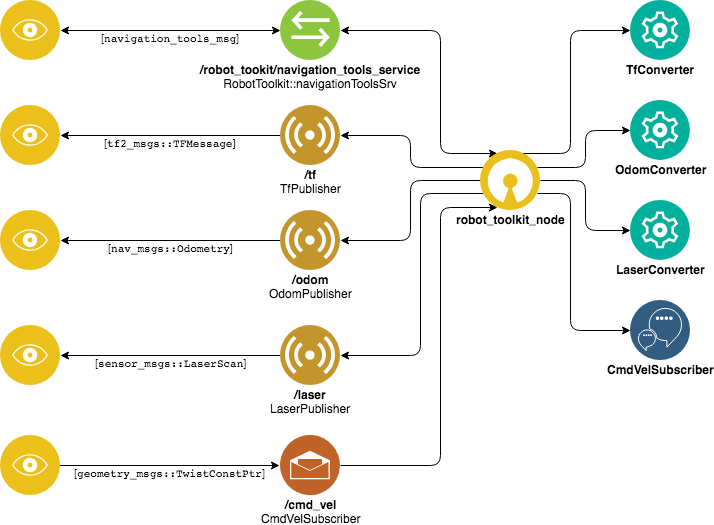
Before: wiki/images/navigation_tools/navigation_tools_diagram.png, a diagram exported from draw.io (NicolasRochaPacheco/robot_toolkit). Source tidied: cells renumbered, new cells last; positions are measured from the earlier drawing's top-left corner, leaving out a move shared by most shapes. Source of this version:
```xml
<mxGraphModel>
  <root>
    <mxCell id="0" />
    <mxCell id="1" parent="0" />
    <mxCell id="2" style="edgeStyle=orthogonalEdgeStyle;jettySize=auto;html=1;exitX=1;exitY=0.25;exitDx=0;exitDy=0;entryX=0;entryY=0.5;entryDx=0;entryDy=0;fontColor=#000000;rounded=1;spacingTop=-5;" parent="1" edge="1" source="9" target="18">
      <mxGeometry relative="1" as="geometry" />
    </mxCell>
    <mxCell id="3" style="edgeStyle=orthogonalEdgeStyle;rounded=1;jettySize=auto;html=1;exitX=1;exitY=0.5;exitDx=0;exitDy=0;entryX=0;entryY=0.5;entryDx=0;entryDy=0;fontColor=#000000;spacingTop=-5;" parent="1" edge="1" source="9" target="19">
      <mxGeometry relative="1" as="geometry" />
    </mxCell>
    <mxCell id="4" style="edgeStyle=orthogonalEdgeStyle;rounded=1;jettySize=auto;html=1;exitX=1;exitY=0.75;exitDx=0;exitDy=0;entryX=0;entryY=0.5;entryDx=0;entryDy=0;fontColor=#000000;spacingTop=-5;" parent="1" edge="1" source="9" target="20">
      <mxGeometry relative="1" as="geometry">
        <Array as="points">
          <mxPoint x="570" y="193" />
          <mxPoint x="570" y="330" />
        </Array>
      </mxGeometry>
    </mxCell>
    <mxCell id="5" style="edgeStyle=orthogonalEdgeStyle;rounded=1;jettySize=auto;html=1;exitX=0.25;exitY=0;exitDx=0;exitDy=0;entryX=1;entryY=0.5;entryDx=0;entryDy=0;fontColor=#000000;startArrow=classic;startFill=1;spacingTop=-5;" parent="1" edge="1" source="9" target="13">
      <mxGeometry relative="1" as="geometry">
        <Array as="points">
          <mxPoint x="440" y="153" />
          <mxPoint x="440" y="30" />
        </Array>
      </mxGeometry>
    </mxCell>
    <mxCell id="6" style="edgeStyle=orthogonalEdgeStyle;rounded=1;jettySize=auto;html=1;exitX=0;exitY=0.25;exitDx=0;exitDy=0;entryX=1;entryY=0.5;entryDx=0;entryDy=0;startArrow=none;startFill=0;endArrow=classic;endFill=1;fontColor=#000000;spacingTop=-5;" parent="1" edge="1" source="9" target="11">
      <mxGeometry relative="1" as="geometry" />
    </mxCell>
    <mxCell id="7" style="edgeStyle=orthogonalEdgeStyle;rounded=1;jettySize=auto;html=1;exitX=0;exitY=0.5;exitDx=0;exitDy=0;entryX=1;entryY=0.5;entryDx=0;entryDy=0;startArrow=none;startFill=0;endArrow=classic;endFill=1;fontColor=#000000;spacingTop=-5;" parent="1" edge="1" source="9" target="25">
      <mxGeometry relative="1" as="geometry" />
    </mxCell>
    <mxCell id="8" style="edgeStyle=orthogonalEdgeStyle;rounded=1;jettySize=auto;html=1;exitX=0;exitY=0.75;exitDx=0;exitDy=0;entryX=1;entryY=0.5;entryDx=0;entryDy=0;startArrow=none;startFill=0;endArrow=classic;endFill=1;fontColor=#000000;spacingTop=-5;" parent="1" edge="1" source="9" target="28">
      <mxGeometry relative="1" as="geometry">
        <Array as="points">
          <mxPoint x="420" y="193" />
          <mxPoint x="420" y="355" />
        </Array>
      </mxGeometry>
    </mxCell>
    <mxCell id="9" value="robot_toolkit_node" style="perimeter=ellipsePerimeter;html=1;align=center;shadow=0;dashed=0;fontColor=#000000;labelBackgroundColor=#ffffff;fontSize=12;spacingTop=-5;image;image=img/lib/ibm/applications/open_source_tools.svg;fontStyle=1;" parent="1" vertex="1">
      <mxGeometry x="480" y="150" width="60" height="60" as="geometry" />
    </mxCell>
    <mxCell id="10" value="[&lt;code&gt;&lt;span&gt;tf2_msgs&lt;/span&gt;&lt;span&gt;::&lt;/span&gt;&lt;span&gt;TFMessage&lt;/span&gt;&lt;/code&gt;]" style="edgeStyle=orthogonalEdgeStyle;rounded=1;jettySize=auto;html=1;exitX=0;exitY=0.5;exitDx=0;exitDy=0;entryX=1;entryY=0.5;entryDx=0;entryDy=0;startArrow=none;startFill=0;endArrow=classic;endFill=1;fontColor=#000000;verticalAlign=top;horizontal=1;spacingTop=-5;" parent="1" edge="1" source="11" target="23">
      <mxGeometry relative="1" as="geometry" />
    </mxCell>
    <mxCell id="11" value="/tf&lt;br&gt;&lt;span style=&quot;font-weight: normal&quot;&gt;TfPublisher&lt;/span&gt;&lt;br&gt;" style="perimeter=ellipsePerimeter;html=1;align=center;shadow=0;dashed=0;fontColor=#000000;labelBackgroundColor=#ffffff;fontSize=12;spacingTop=-5;image;image=img/lib/ibm/users/sensor.svg;fontStyle=1;verticalAlign=top;horizontal=1;" parent="1" vertex="1">
      <mxGeometry x="280" y="105" width="60" height="60" as="geometry" />
    </mxCell>
    <mxCell id="12" style="edgeStyle=orthogonalEdgeStyle;rounded=1;jettySize=auto;html=1;exitX=0;exitY=0.5;exitDx=0;exitDy=0;entryX=1;entryY=0.5;entryDx=0;entryDy=0;fontColor=#000000;strokeColor=none;startArrow=classic;startFill=1;verticalAlign=top;horizontal=1;spacingTop=-5;" parent="1" edge="1" source="13" target="22">
      <mxGeometry relative="1" as="geometry" />
    </mxCell>
    <mxCell id="13" value="/robot_tookit/navigation_tools_service&lt;br&gt;&lt;span style=&quot;font-weight: normal&quot;&gt;RobotToolkit::navigationToolsSrv&lt;/span&gt;&lt;br&gt;" style="perimeter=ellipsePerimeter;html=1;align=center;shadow=0;dashed=0;fontColor=#000000;labelBackgroundColor=#ffffff;fontSize=12;spacingTop=-5;image;image=img/lib/ibm/vpc/Bridge.svg;fontStyle=1;verticalAlign=top;horizontal=1;" parent="1" vertex="1">
      <mxGeometry x="280" width="60" height="60" as="geometry" />
    </mxCell>
    <mxCell id="14" value="TfConverter&lt;br&gt;" style="perimeter=ellipsePerimeter;html=1;align=center;shadow=0;dashed=0;fontColor=#000000;labelBackgroundColor=#ffffff;fontSize=12;spacingTop=-5;image;image=img/lib/ibm/management/management.svg;fontStyle=1;" parent="1" vertex="1">
      <mxGeometry x="630" width="60" height="60" as="geometry" />
    </mxCell>
    <mxCell id="15" style="edgeStyle=orthogonalEdgeStyle;rounded=1;jettySize=auto;html=1;exitX=1;exitY=0.5;exitDx=0;exitDy=0;entryX=0.25;entryY=1;entryDx=0;entryDy=0;startArrow=none;startFill=0;endArrow=classic;endFill=1;fontColor=#000000;spacingTop=-5;" parent="1" edge="1" source="16" target="9">
      <mxGeometry relative="1" as="geometry">
        <Array as="points">
          <mxPoint x="440" y="465" />
          <mxPoint x="440" y="207" />
        </Array>
      </mxGeometry>
    </mxCell>
    <mxCell id="16" value="/cmd_vel&lt;br&gt;&lt;span style=&quot;font-weight: normal&quot;&gt;CmdVelSubscriber&lt;/span&gt;&lt;br&gt;" style="perimeter=ellipsePerimeter;html=1;align=center;shadow=0;dashed=0;fontColor=#000000;labelBackgroundColor=#ffffff;fontSize=12;spacingTop=-5;image;image=img/lib/ibm/social/messaging.svg;fontStyle=1;verticalAlign=top;horizontal=1;" parent="1" vertex="1">
      <mxGeometry x="280" y="435" width="60" height="60" as="geometry" />
    </mxCell>
    <mxCell id="17" style="edgeStyle=elbowEdgeStyle;elbow=horizontal;endArrow=classic;html=1;fontColor=#000000;exitX=0.75;exitY=0;exitDx=0;exitDy=0;entryX=0;entryY=0.5;entryDx=0;entryDy=0;spacingTop=-5;" parent="1" edge="1" source="9" target="14">
      <mxGeometry relative="1" as="geometry">
        <Array as="points">
          <mxPoint x="570" y="85" />
        </Array>
      </mxGeometry>
    </mxCell>
    <mxCell id="18" value="OdomConverter" style="perimeter=ellipsePerimeter;html=1;align=center;shadow=0;dashed=0;fontColor=#000000;labelBackgroundColor=#ffffff;fontSize=12;spacingTop=-5;image;image=img/lib/ibm/management/management.svg;fontStyle=1;" parent="1" vertex="1">
      <mxGeometry x="630" y="100" width="60" height="60" as="geometry" />
    </mxCell>
    <mxCell id="19" value="LaserConverter" style="perimeter=ellipsePerimeter;html=1;align=center;shadow=0;dashed=0;fontColor=#000000;labelBackgroundColor=#ffffff;fontSize=12;spacingTop=-5;image;image=img/lib/ibm/management/management.svg;fontStyle=1;" parent="1" vertex="1">
      <mxGeometry x="630" y="200" width="60" height="60" as="geometry" />
    </mxCell>
    <mxCell id="20" value="CmdVelSubscriber&lt;br&gt;" style="perimeter=ellipsePerimeter;html=1;align=center;shadow=0;dashed=0;fontColor=#000000;labelBackgroundColor=#ffffff;fontSize=12;spacingTop=-5;image;image=img/lib/ibm/data/conversation_trained_deployed.svg;fontStyle=1;" parent="1" vertex="1">
      <mxGeometry x="630" y="300" width="60" height="60" as="geometry" />
    </mxCell>
    <mxCell id="21" value="[&lt;code&gt;navigation_tools_msg&lt;/code&gt;]" style="edgeStyle=orthogonalEdgeStyle;rounded=1;jettySize=auto;html=1;exitX=1;exitY=0.5;exitDx=0;exitDy=0;entryX=0;entryY=0.5;entryDx=0;entryDy=0;startArrow=classic;startFill=1;fontColor=#000000;verticalAlign=top;horizontal=1;spacingTop=-5;" parent="1" edge="1" source="22" target="13">
      <mxGeometry relative="1" as="geometry" />
    </mxCell>
    <mxCell id="22" style="perimeter=ellipsePerimeter;html=1;align=center;shadow=0;dashed=0;fontColor=#4277BB;labelBackgroundColor=#ffffff;fontSize=12;spacingTop=-5;image;image=img/lib/ibm/applications/visualization.svg;verticalAlign=top;horizontal=1;" parent="1" vertex="1">
      <mxGeometry width="60" height="60" as="geometry" />
    </mxCell>
    <mxCell id="23" style="perimeter=ellipsePerimeter;html=1;align=center;shadow=0;dashed=0;fontColor=#4277BB;labelBackgroundColor=#ffffff;fontSize=12;spacingTop=-5;image;image=img/lib/ibm/applications/visualization.svg;verticalAlign=top;horizontal=1;" parent="1" vertex="1">
      <mxGeometry y="105" width="60" height="60" as="geometry" />
    </mxCell>
    <mxCell id="24" value="[&lt;code&gt;&lt;span&gt;nav_msgs&lt;/span&gt;&lt;span&gt;::&lt;/span&gt;&lt;span&gt;Odometry&lt;/span&gt;&lt;/code&gt;]" style="edgeStyle=orthogonalEdgeStyle;rounded=1;jettySize=auto;html=1;exitX=0;exitY=0.5;exitDx=0;exitDy=0;entryX=1;entryY=0.5;entryDx=0;entryDy=0;startArrow=none;startFill=0;endArrow=classic;endFill=1;fontColor=#000000;verticalAlign=top;horizontal=1;spacingTop=-5;" parent="1" edge="1" source="25" target="26">
      <mxGeometry relative="1" as="geometry" />
    </mxCell>
    <mxCell id="25" value="/odom&lt;br&gt;&lt;span style=&quot;font-weight: normal&quot;&gt;OdomPublisher&lt;/span&gt;&lt;br&gt;" style="perimeter=ellipsePerimeter;html=1;align=center;shadow=0;dashed=0;fontColor=#000000;labelBackgroundColor=#ffffff;fontSize=12;spacingTop=-5;image;image=img/lib/ibm/users/sensor.svg;fontStyle=1;verticalAlign=top;horizontal=1;" parent="1" vertex="1">
      <mxGeometry x="280" y="210" width="60" height="60" as="geometry" />
    </mxCell>
    <mxCell id="26" style="perimeter=ellipsePerimeter;html=1;align=center;shadow=0;dashed=0;fontColor=#4277BB;labelBackgroundColor=#ffffff;fontSize=12;spacingTop=-5;image;image=img/lib/ibm/applications/visualization.svg;verticalAlign=top;horizontal=1;" parent="1" vertex="1">
      <mxGeometry y="210" width="60" height="60" as="geometry" />
    </mxCell>
    <mxCell id="27" value="[&lt;code&gt;&lt;span&gt;sensor_msgs&lt;/span&gt;&lt;span&gt;::&lt;/span&gt;&lt;span&gt;LaserScan&lt;/span&gt;&lt;/code&gt;]" style="edgeStyle=orthogonalEdgeStyle;rounded=1;jettySize=auto;html=1;exitX=0;exitY=0.5;exitDx=0;exitDy=0;entryX=1;entryY=0.5;entryDx=0;entryDy=0;startArrow=none;startFill=0;endArrow=classic;endFill=1;fontColor=#000000;verticalAlign=top;horizontal=1;spacingTop=-5;" parent="1" edge="1" source="28" target="29">
      <mxGeometry relative="1" as="geometry" />
    </mxCell>
    <mxCell id="28" value="/laser&lt;br&gt;&lt;span style=&quot;font-weight: normal&quot;&gt;LaserPublisher&lt;/span&gt;&lt;br&gt;" style="perimeter=ellipsePerimeter;html=1;align=center;shadow=0;dashed=0;fontColor=#000000;labelBackgroundColor=#ffffff;fontSize=12;spacingTop=-5;image;image=img/lib/ibm/users/sensor.svg;fontStyle=1;verticalAlign=top;horizontal=1;" parent="1" vertex="1">
      <mxGeometry x="280" y="325" width="60" height="60" as="geometry" />
    </mxCell>
    <mxCell id="29" style="perimeter=ellipsePerimeter;html=1;align=center;shadow=0;dashed=0;fontColor=#4277BB;labelBackgroundColor=#ffffff;fontSize=12;spacingTop=-5;image;image=img/lib/ibm/applications/visualization.svg;verticalAlign=top;horizontal=1;" parent="1" vertex="1">
      <mxGeometry y="325" width="60" height="60" as="geometry" />
    </mxCell>
    <mxCell id="30" value="[&lt;code&gt;&lt;span&gt;geometry_msgs&lt;/span&gt;&lt;span&gt;::&lt;/span&gt;&lt;span&gt;TwistConstPtr&lt;/span&gt;&lt;/code&gt;]" style="edgeStyle=orthogonalEdgeStyle;rounded=1;orthogonalLoop=1;jettySize=auto;html=1;exitX=1;exitY=0.5;exitDx=0;exitDy=0;startArrow=none;startFill=0;endArrow=classic;endFill=1;fontColor=#000000;verticalAlign=top;horizontal=1;spacingTop=-5;" parent="1" edge="1">
      <mxGeometry relative="1" as="geometry">
        <mxPoint x="59" y="465" as="sourcePoint" />
        <mxPoint x="279" y="465" as="targetPoint" />
      </mxGeometry>
    </mxCell>
    <mxCell id="31" style="perimeter=ellipsePerimeter;html=1;align=center;shadow=0;dashed=0;fontColor=#4277BB;labelBackgroundColor=#ffffff;fontSize=12;spacingTop=-5;image;image=img/lib/ibm/applications/visualization.svg;verticalAlign=top;horizontal=1;" parent="1" vertex="1">
      <mxGeometry y="435" width="60" height="60" as="geometry" />
    </mxCell>
  </root>
</mxGraphModel>
```
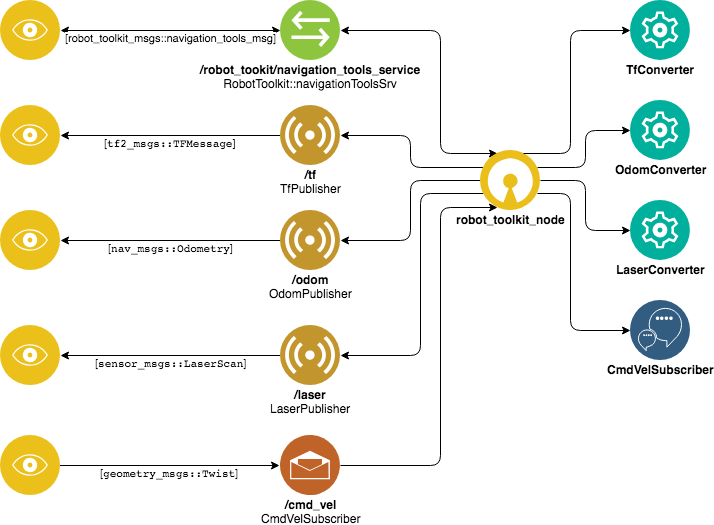
The same diagram one commit later.

The edit, as a diff of the source:
```diff
@@ -83,7 +83,7 @@
     <mxCell id="20" value="CmdVelSubscriber&lt;br&gt;" style="perimeter=ellipsePerimeter;html=1;align=center;shadow=0;dashed=0;fontColor=#000000;labelBackgroundColor=#ffffff;fontSize=12;spacingTop=-5;image;image=img/lib/ibm/data/conversation_trained_deployed.svg;fontStyle=1;" parent="1" vertex="1">
       <mxGeometry x="630" y="300" width="60" height="60" as="geometry" />
     </mxCell>
-    <mxCell id="21" value="[&lt;code&gt;navigation_tools_msg&lt;/code&gt;]" style="edgeStyle=orthogonalEdgeStyle;rounded=1;jettySize=auto;html=1;exitX=1;exitY=0.5;exitDx=0;exitDy=0;entryX=0;entryY=0.5;entryDx=0;entryDy=0;startArrow=classic;startFill=1;fontColor=#000000;verticalAlign=top;horizontal=1;spacingTop=-5;" parent="1" edge="1" source="22" target="13">
+    <mxCell id="21" value="[robot_toolkit_msgs::navigation_tools_msg]" style="edgeStyle=orthogonalEdgeStyle;rounded=1;jettySize=auto;html=1;exitX=1;exitY=0.5;exitDx=0;exitDy=0;entryX=0;entryY=0.5;entryDx=0;entryDy=0;startArrow=classic;startFill=1;fontColor=#000000;verticalAlign=top;horizontal=1;spacingTop=-5;" parent="1" edge="1" source="22" target="13">
       <mxGeometry relative="1" as="geometry" />
     </mxCell>
     <mxCell id="22" style="perimeter=ellipsePerimeter;html=1;align=center;shadow=0;dashed=0;fontColor=#4277BB;labelBackgroundColor=#ffffff;fontSize=12;spacingTop=-5;image;image=img/lib/ibm/applications/visualization.svg;verticalAlign=top;horizontal=1;" parent="1" vertex="1">
@@ -110,7 +110,7 @@
     <mxCell id="29" style="perimeter=ellipsePerimeter;html=1;align=center;shadow=0;dashed=0;fontColor=#4277BB;labelBackgroundColor=#ffffff;fontSize=12;spacingTop=-5;image;image=img/lib/ibm/applications/visualization.svg;verticalAlign=top;horizontal=1;" parent="1" vertex="1">
       <mxGeometry y="325" width="60" height="60" as="geometry" />
     </mxCell>
-    <mxCell id="30" value="[&lt;code&gt;&lt;span&gt;geometry_msgs&lt;/span&gt;&lt;span&gt;::&lt;/span&gt;&lt;span&gt;TwistConstPtr&lt;/span&gt;&lt;/code&gt;]" style="edgeStyle=orthogonalEdgeStyle;rounded=1;orthogonalLoop=1;jettySize=auto;html=1;exitX=1;exitY=0.5;exitDx=0;exitDy=0;startArrow=none;startFill=0;endArrow=classic;endFill=1;fontColor=#000000;verticalAlign=top;horizontal=1;spacingTop=-5;" parent="1" edge="1">
+    <mxCell id="30" value="[&lt;code&gt;&lt;span&gt;geometry_msgs&lt;/span&gt;&lt;span&gt;::&lt;/span&gt;&lt;span&gt;Twist&lt;/span&gt;&lt;/code&gt;]" style="edgeStyle=orthogonalEdgeStyle;rounded=1;orthogonalLoop=1;jettySize=auto;html=1;exitX=1;exitY=0.5;exitDx=0;exitDy=0;startArrow=none;startFill=0;endArrow=classic;endFill=1;fontColor=#000000;verticalAlign=top;horizontal=1;spacingTop=-5;" parent="1" edge="1">
       <mxGeometry relative="1" as="geometry">
         <mxPoint x="59" y="465" as="sourcePoint" />
         <mxPoint x="279" y="465" as="targetPoint" />
```
